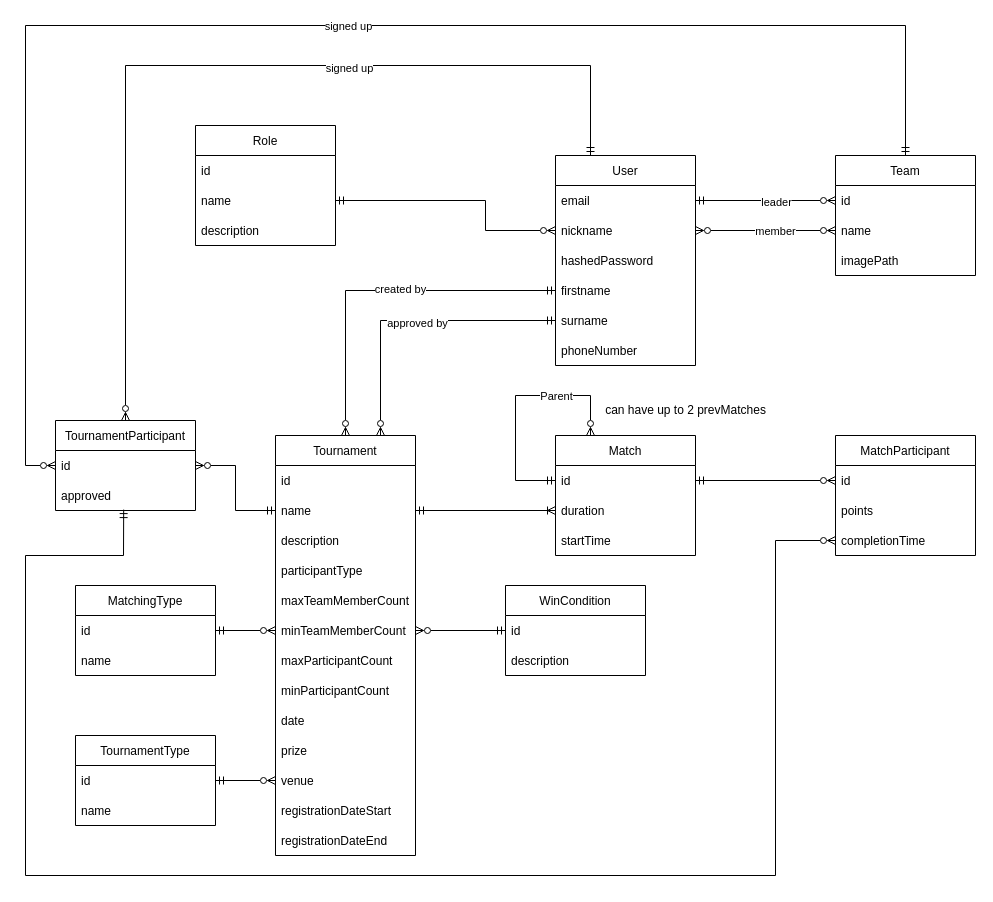
PreGros/IIS_Project keeps this draw.io diagram as erd.drawio. Above is the earlier version. Source tidied: cells renumbered, new cells numbered last; positions are measured from the earlier drawing's top-left corner, leaving out a move shared by most shapes. Both pictures are drawn from the tidied source at 100%, with x=0, y=0 at pixel (25, 25).
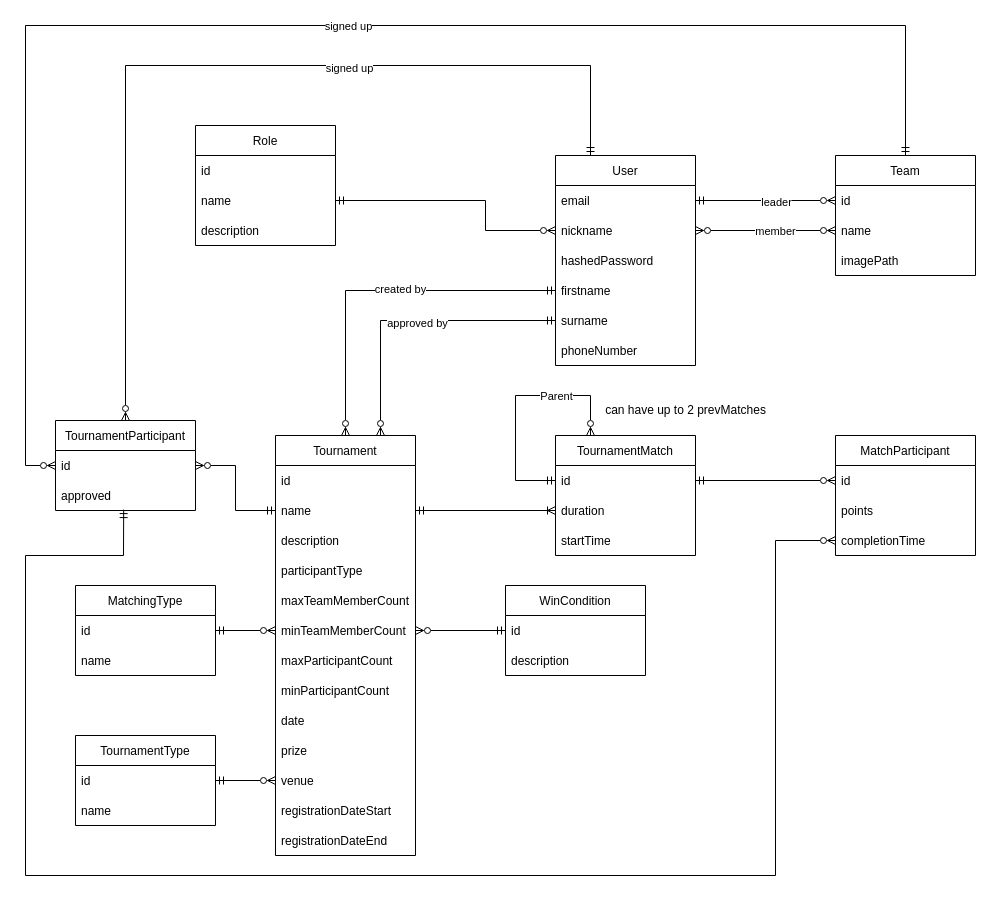
Above is the later version.

Commit message:
ERD - Match -> TournamentMatch

The edit, as a diff of the source:
```diff
@@
-    <mxCell id="26" value="Match" style="swimlane;fontStyle=0;horizontal=1;startSize=30;" parent="1" vertex="1">
+    <mxCell id="26" value="TournamentMatch" style="swimlane;fontStyle=0;horizontal=1;startSize=30;" parent="1" vertex="1">
       <mxGeometry x="530" y="410" width="140" height="120" as="geometry" />
     </mxCell>
```
